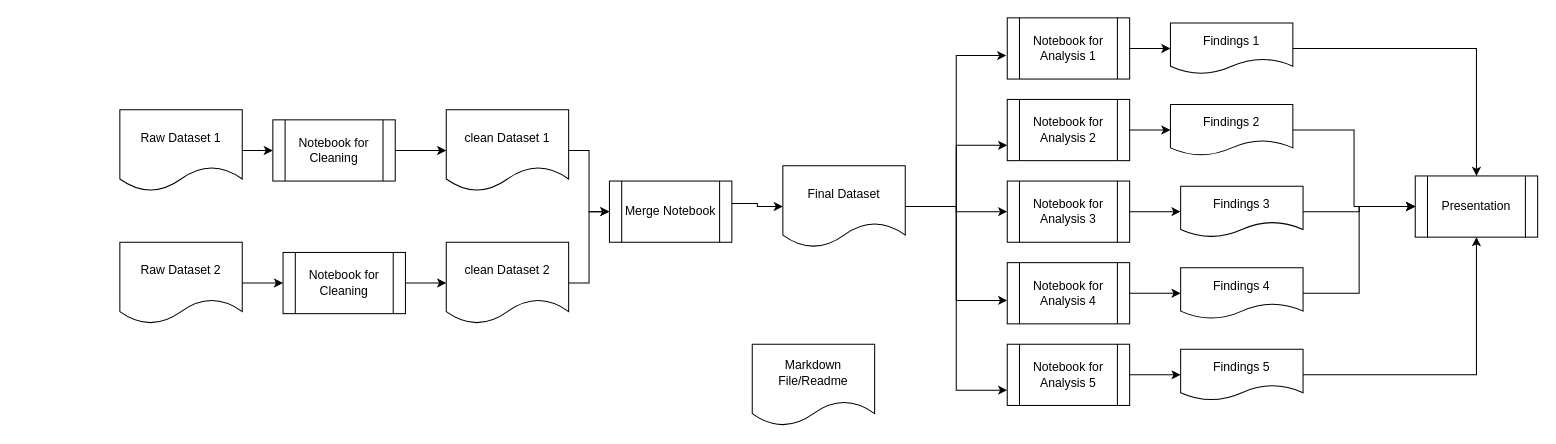
This is page "Reporting Process" (2 of 2) of UCB project 1.drawio from jerryevalentine/UCB-Project-1, a draw.io file, before an edit. Source tidied: cells renumbered, new cells numbered last; positions are measured from the earlier drawing's top-left corner, leaving out a move shared by most shapes. Both pictures are drawn from the tidied source at 102%, with x=0, y=0 at pixel (119, 17).
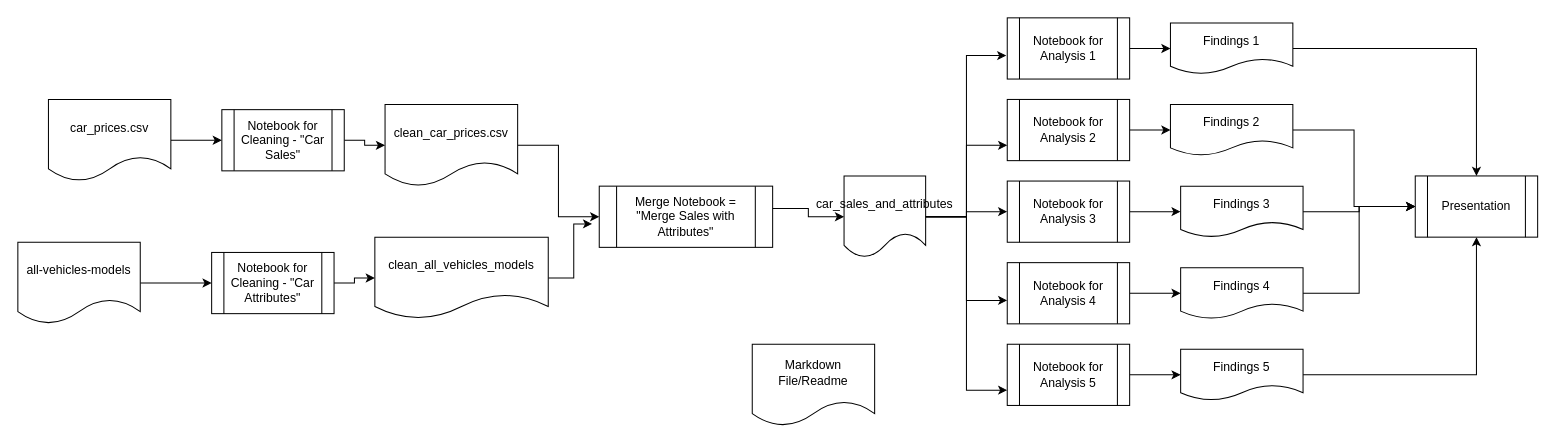
The same diagram, later.

The edit, as a diff of the source:
```diff
@@
-    <mxCell id="3" value="Raw Dataset 1" style="shape=document;whiteSpace=wrap;html=1;boundedLbl=1;" parent="1" vertex="1">
-      <mxGeometry y="90" width="120" height="80" as="geometry" />
+    <mxCell id="3" value="car_prices.csv" style="shape=document;whiteSpace=wrap;html=1;boundedLbl=1;" parent="1" vertex="1">
+      <mxGeometry x="-70" y="80" width="120" height="80" as="geometry" />
     </mxCell>
@@
-    <mxCell id="5" value="Raw Dataset 2" style="shape=document;whiteSpace=wrap;html=1;boundedLbl=1;" parent="1" vertex="1">
-      <mxGeometry y="220" width="120" height="80" as="geometry" />
+    <mxCell id="5" value="all-vehicles-models" style="shape=document;whiteSpace=wrap;html=1;boundedLbl=1;" parent="1" vertex="1">
+      <mxGeometry x="-100" y="220" width="120" height="80" as="geometry" />
     </mxCell>
@@
-    <mxCell id="7" value="Notebook for Cleaning" style="shape=process;whiteSpace=wrap;html=1;backgroundOutline=1;" parent="1" vertex="1">
-      <mxGeometry x="150" y="100" width="120" height="60" as="geometry" />
+    <mxCell id="7" value="Notebook for Cleaning - &quot;Car Sales&quot;" style="shape=process;whiteSpace=wrap;html=1;backgroundOutline=1;" parent="1" vertex="1">
+      <mxGeometry x="100" y="90" width="120" height="60" as="geometry" />
     </mxCell>
@@
-    <mxCell id="9" value="Notebook for Cleaning" style="shape=process;whiteSpace=wrap;html=1;backgroundOutline=1;" parent="1" vertex="1">
-      <mxGeometry x="160" y="230" width="120" height="60" as="geometry" />
+    <mxCell id="9" value="Notebook for Cleaning - &quot;Car Attributes&quot;" style="shape=process;whiteSpace=wrap;html=1;backgroundOutline=1;" parent="1" vertex="1">
+      <mxGeometry x="90" y="230" width="120" height="60" as="geometry" />
     </mxCell>
@@
-    <mxCell id="11" value="clean Dataset 1" style="shape=document;whiteSpace=wrap;html=1;boundedLbl=1;" parent="1" vertex="1">
-      <mxGeometry x="320" y="90" width="120" height="80" as="geometry" />
+    <mxCell id="11" value="clean_car_prices.csv" style="shape=document;whiteSpace=wrap;html=1;boundedLbl=1;" parent="1" vertex="1">
+      <mxGeometry x="260" y="85" width="130" height="80" as="geometry" />
     </mxCell>
-    <mxCell id="12" style="edgeStyle=orthogonalEdgeStyle;rounded=0;jettySize=auto;html=1;" parent="1" edge="1" source="13" target="15">
+    <mxCell id="12" style="edgeStyle=orthogonalEdgeStyle;rounded=0;jettySize=auto;html=1;entryX=-0.041;entryY=0.617;entryDx=0;entryDy=0;entryPerimeter=0;" parent="1" edge="1" source="13" target="15">
       <mxGeometry relative="1" as="geometry" />
     </mxCell>
-    <mxCell id="13" value="clean Dataset 2" style="shape=document;whiteSpace=wrap;html=1;boundedLbl=1;" parent="1" vertex="1">
-      <mxGeometry x="320" y="220" width="120" height="80" as="geometry" />
+    <mxCell id="13" value="clean_all_vehicles_models" style="shape=document;whiteSpace=wrap;html=1;boundedLbl=1;" parent="1" vertex="1">
+      <mxGeometry x="250" y="215" width="170" height="80" as="geometry" />
     </mxCell>
@@
-    <mxCell id="15" value="Merge Notebook" style="shape=process;whiteSpace=wrap;html=1;backgroundOutline=1;" parent="1" vertex="1">
-      <mxGeometry x="480" y="160" width="120" height="60" as="geometry" />
+    <mxCell id="15" value="Merge Notebook = &quot;Merge Sales with Attributes&quot;" style="shape=process;whiteSpace=wrap;html=1;backgroundOutline=1;" parent="1" vertex="1">
+      <mxGeometry x="470" y="165" width="170" height="60" as="geometry" />
     </mxCell>
@@
-    <mxCell id="40" value="Final Dataset" style="shape=document;whiteSpace=wrap;html=1;boundedLbl=1;" parent="1" vertex="1">
-      <mxGeometry x="650" y="145" width="120" height="80" as="geometry" />
+    <mxCell id="40" value="car_sales_and_attributes" style="shape=document;whiteSpace=wrap;html=1;boundedLbl=1;" parent="1" vertex="1">
+      <mxGeometry x="710" y="155" width="80" height="80" as="geometry" />
     </mxCell>
```
